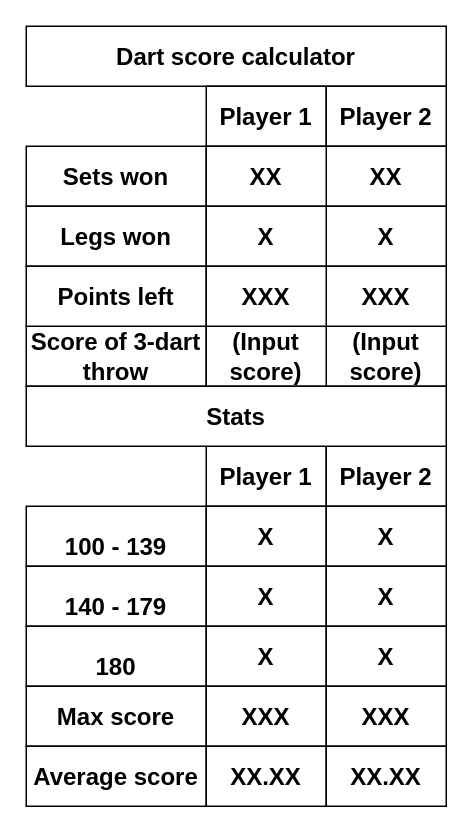
This is schemes/score_calculator_GUI_sketch.drawio from KostasEreksonas/Dart_scoreboard, a draw.io file, before an edit. Source tidied: cells renumbered, new cells numbered last; positions are measured from the earlier drawing's top-left corner, leaving out a move shared by most shapes. Both pictures are drawn from the tidied source at 150%, with x=0, y=0 at pixel (26, 26).
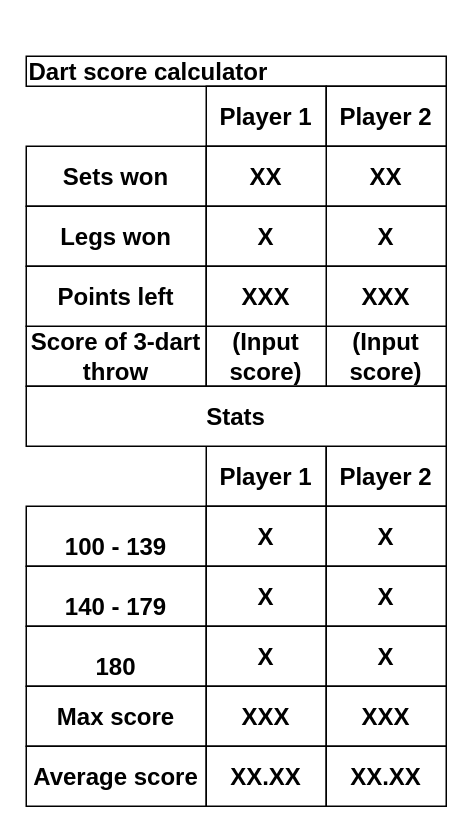
The same page after the edit.

Commit message:
Updated drawio sketch of a GUI look

Change to the diagram source:
```diff
@@
-    <mxCell id="2" value="&lt;b&gt;&lt;font style=&quot;font-size: 16px&quot;&gt;Dart score calculator&lt;/font&gt;&lt;/b&gt;" style="rounded=0;whiteSpace=wrap;html=1;" parent="1" vertex="1">
-      <mxGeometry width="280" height="40" as="geometry" />
+    <mxCell id="2" value="&lt;div align=&quot;left&quot;&gt;&lt;b&gt;&lt;font style=&quot;font-size: 16px&quot;&gt;Dart score calculator&lt;/font&gt;&lt;/b&gt;&lt;/div&gt;" style="rounded=0;whiteSpace=wrap;html=1;align=left;" parent="1" vertex="1">
+      <mxGeometry y="20" width="280" height="20" as="geometry" />
     </mxCell>
```
